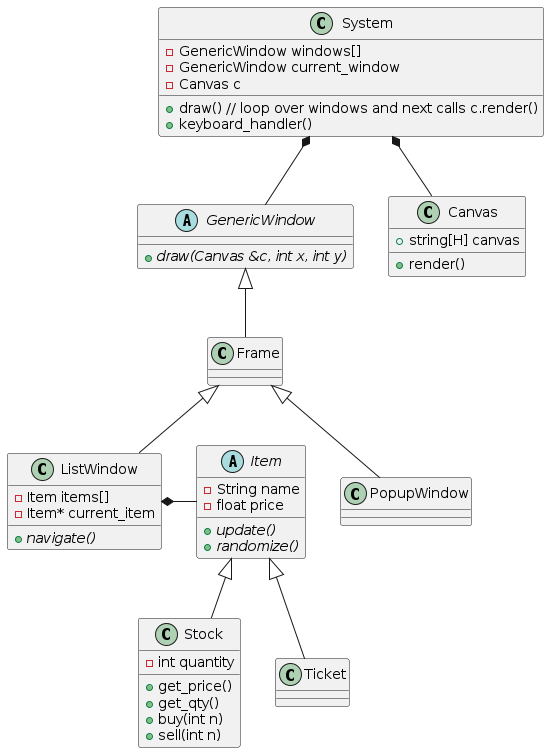
plpabla/dealg keeps this PlantUML diagram as out/doc/high_level/high_level.png. Above is the earlier version.
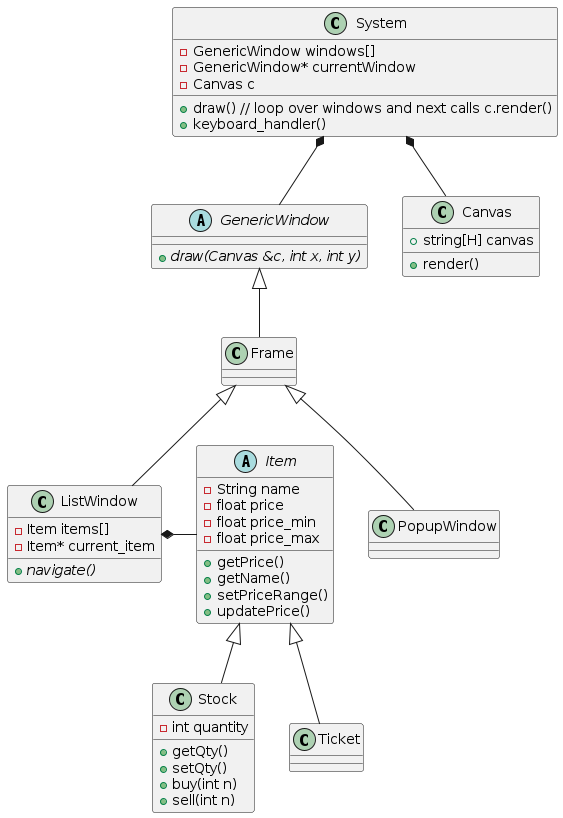
Later version of the same file.

Commit message:
Update class diagram

Change to the diagram source:
```diff
@@ -2,7 +2,7 @@
 class System
 {
     - GenericWindow windows[]
-    - GenericWindow current_window
+    - GenericWindow* currentWindow
     - Canvas c
     + draw() // loop over windows and next calls c.render()
     + keyboard_handler()
@@ -40,14 +40,18 @@
 {
     - String name
     - float price
-    + {abstract} update()
-    + {abstract} randomize()
+    - float price_min
+    - float price_max
+    + getPrice()
+    + getName()
+    + setPriceRange()
+    + updatePrice()
 }
 class Stock
 {
     - int quantity
-    + get_price()
-    + get_qty()
+    + getQty()
+    + setQty()
     + buy(int n)
     + sell(int n)
 }
```
